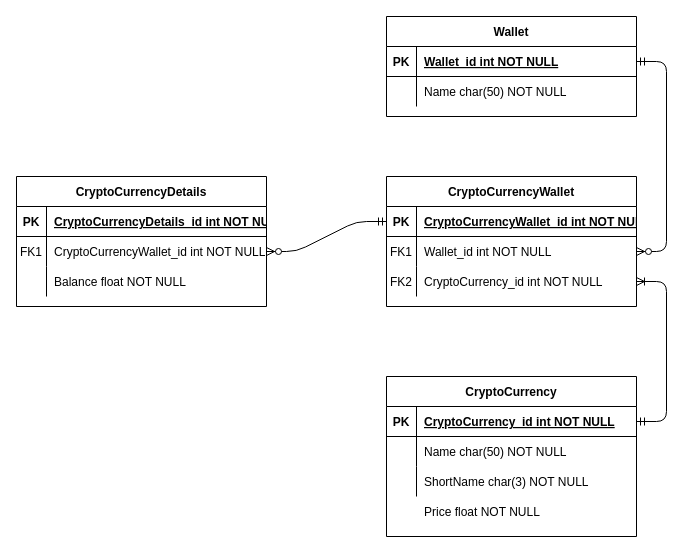
Earlier version of the draw.io diagram Documentation/Mockups/UML.drawio (Total1880/OlavCrypto). Source tidied: cells renumbered, new cells numbered last; positions are measured from the earlier drawing's top-left corner, leaving out a move shared by most shapes. Both pictures are drawn from the tidied source at 100%, with x=0, y=0 at pixel (16, 16).
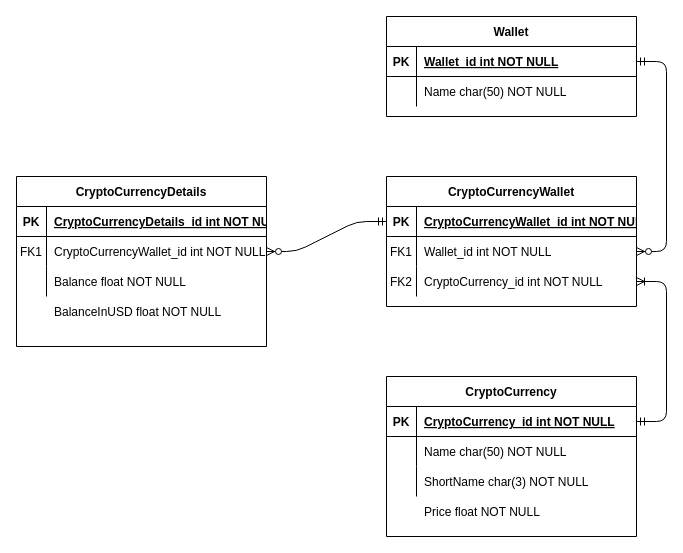
The same diagram, later.

Diff of the diagram source:
```diff
@@
     <mxCell id="33" value="CryptoCurrencyDetails" style="shape=table;startSize=30;childLayout=tableLayout;rowLines=0;fontStyle=1;align=center;" parent="1" vertex="1">
-      <mxGeometry y="160" width="250" height="130" as="geometry" />
+      <mxGeometry y="160" width="250" height="170" as="geometry" />
     </mxCell>
@@
+    <mxCell id="44" value="BalanceInUSD float NOT NULL" style="shape=partialRectangle;overflow=hidden;fillColor=none;top=0;left=0;bottom=0;right=0;align=left;spacingLeft=6;" parent="1" vertex="1">
+      <mxGeometry x="30" y="280" width="220" height="30" as="geometry" />
+    </mxCell>
```
